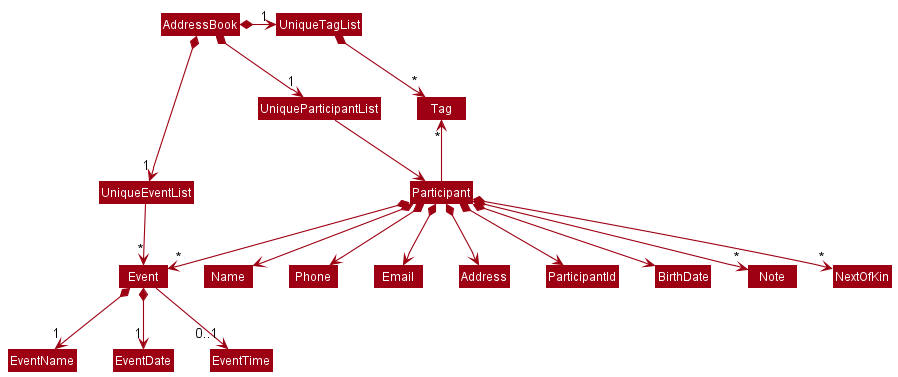
The PlantUML diagram docs/images/BetterModelClassDiagram.png in nus-cs2103-AY2122S1/tp, before a commit.
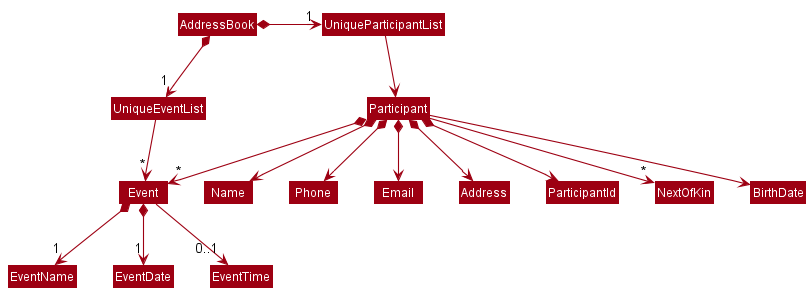
The same file after the commit.

Commit message:
Remove Tag and Notes from Participant

Diff of the diagram source:
```diff
@@ -5,26 +5,19 @@
 skinparam classBackgroundColor MODEL_COLOR
 
 AddressBook *-right-> "1" UniqueParticipantList
-AddressBook *-right-> "1" UniqueTagList
 AddressBook *-down-> "1" UniqueEventList
-UniqueTagList -[hidden]down- UniqueParticipantList
-UniqueTagList -[hidden]down- UniqueParticipantList
 
-UniqueTagList *-right-> "*" Tag
 UniqueParticipantList -down-> Participant
 UniqueEventList -down-> "*" Event
-
-Participant -up-> "*" Tag
 
 Participant *--> Name
 Participant *--> Phone
 Participant *--> Email
 Participant *--> Address
 Participant *--> ParticipantId
-Participant *--> BirthDate
-Participant *--> "*" Note
-Participant *--> "*" NextOfKin
 Participant *--> "*" Event
+Participant --> "*" NextOfKin
+Participant --> BirthDate
 Event *--> "1" EventName
 Event *--> "1" EventDate
 Event --> "0..1" EventTime
```
